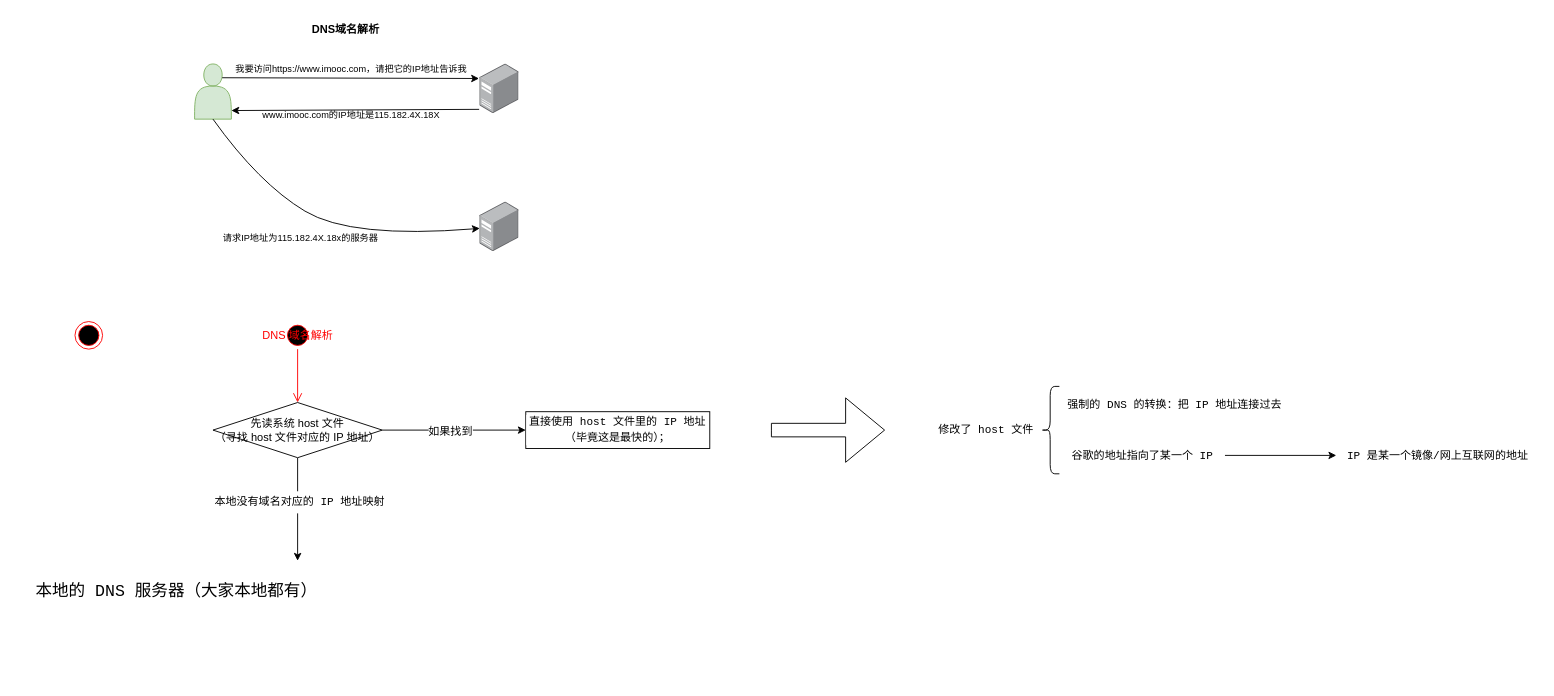
Before: page "网络-DNS域名解析" (3 of 3) of video/HTTP/慕课网《HTTP》.drawio in djsz3y/learning-notes, a draw.io diagram. Source tidied: cells renumbered, new cells numbered last; positions are measured from the earlier drawing's top-left corner, leaving out a move shared by most shapes. Both pictures are drawn from the tidied source at 92%, with x=0, y=0 at pixel (29, 16).
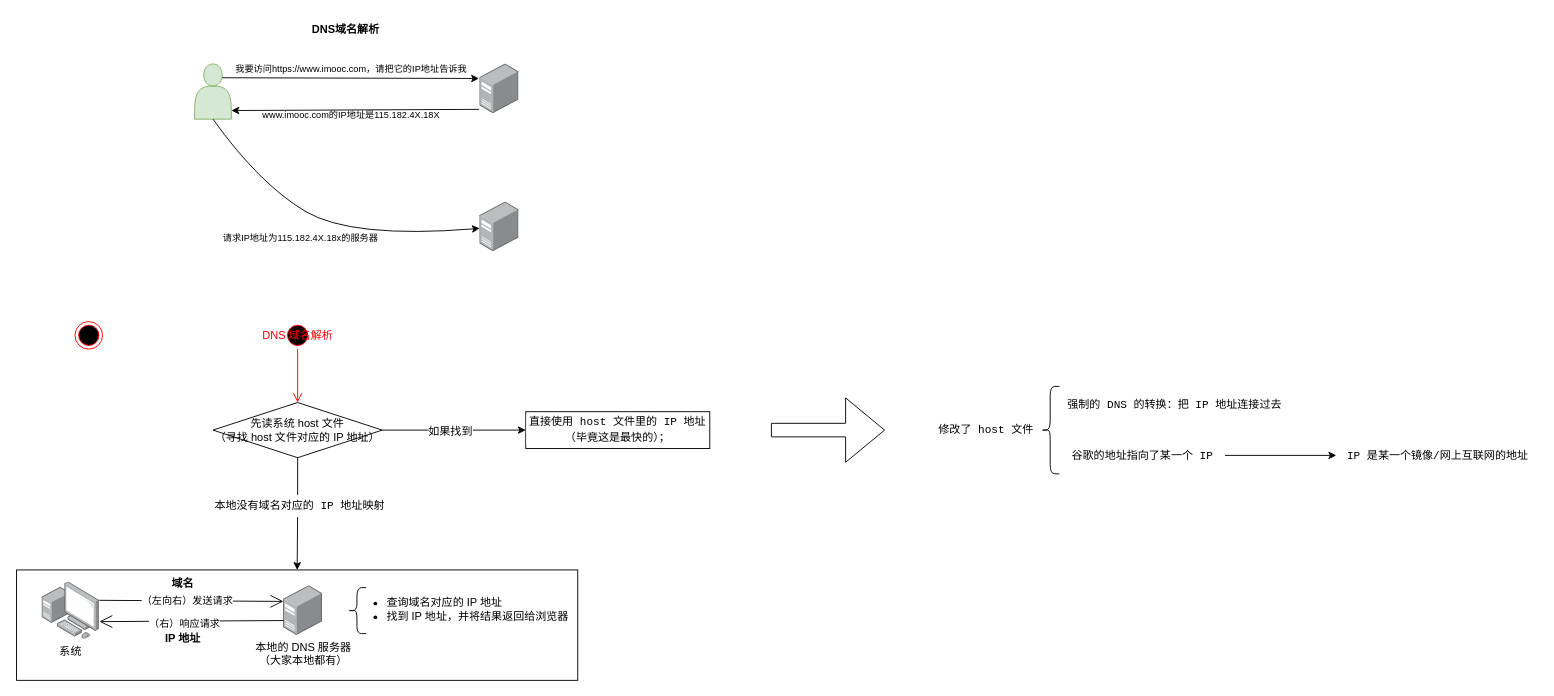
After the change.

Commit message (it also covers changes not shown here):
更新慕课网《HTTP》.drawio

The change refers to these unchanged cells:
```xml
<mxCell id="20" value="先读系统 host 文件&lt;br&gt;（寻找 host 文件对应的 IP 地址）" style="shape=rhombus;perimeter=rhombusPerimeter;whiteSpace=wrap;html=1;align=center;" parent="1" vertex="1">
  <mxGeometry x="200" y="420" width="184" height="60" as="geometry" />
</mxCell>
```

What changed in the source:
```diff
@@
-    <mxCell id="18" style="edgeStyle=orthogonalEdgeStyle;rounded=0;jettySize=auto;html=1;" parent="1" edge="1" source="20">
-      <mxGeometry relative="1" as="geometry">
-        <mxPoint x="292" y="592" as="targetPoint" />
-      </mxGeometry>
+    <mxCell id="18" style="edgeStyle=orthogonalEdgeStyle;rounded=0;jettySize=auto;html=1;entryX=0.5;entryY=0;entryDx=0;entryDy=0;" parent="1" edge="1" source="20" target="31">
+      <mxGeometry relative="1" as="geometry" />
     </mxCell>
@@
-    <mxCell id="29" value="&lt;div style=&quot;background-color: rgb(255, 255, 255); font-family: Consolas, &amp;quot;Courier New&amp;quot;, monospace; font-size: 18px; line-height: 24px;&quot;&gt;本地的 DNS 服务器（大家本地都有）&lt;/div&gt;" style="text;html=1;align=center;verticalAlign=middle;strokeColor=none;fillColor=none;" parent="1" vertex="1">
-      <mxGeometry y="605" width="320" height="40" as="geometry" />
-    </mxCell>
+    <mxCell id="30" style="group;" parent="1" vertex="1">
+      <mxGeometry x="-13.5" y="602" width="611" height="120" as="geometry" />
+    </mxCell>
+    <mxCell id="31" style="html=1;whiteSpace=wrap;" parent="30" vertex="1">
+      <mxGeometry width="610" height="120" as="geometry" />
+    </mxCell>
+    <mxCell id="32" value="本地的 DNS 服务器&lt;br&gt;（大家本地都有）" style="image;points=[];html=1;align=center;shadow=0;dashed=0;image=img/lib/allied_telesis/computer_and_terminals/Server_Desktop.svg;" parent="30" vertex="1">
+      <mxGeometry x="290" y="17.2" width="42.6" height="54" as="geometry" />
+    </mxCell>
+    <mxCell id="33" value="系统" style="image;points=[];html=1;align=center;shadow=0;dashed=0;image=img/lib/allied_telesis/computer_and_terminals/Personal_Computer_with_Server.svg;" parent="30" vertex="1">
+      <mxGeometry x="27.6" y="13" width="62.4" height="62.4" as="geometry" />
+    </mxCell>
+    <mxCell id="34" style="endArrow=open;endFill=1;endSize=12;html=1;rounded=0;entryX=1;entryY=0.692;entryDx=0;entryDy=0;entryPerimeter=0;exitX=0;exitY=0.7;exitDx=0;exitDy=0;exitPerimeter=0;" parent="30" edge="1" source="32" target="33">
+      <mxGeometry relative="1" as="geometry" />
+    </mxCell>
+    <mxCell id="35" value="（右）响应请求" style="edgeLabel;html=1;align=center;verticalAlign=middle;" parent="34" vertex="1">
+      <mxGeometry x="0.08" y="2" relative="1" as="geometry" />
+    </mxCell>
+    <mxCell id="36" style="endArrow=open;endFill=1;endSize=12;html=1;rounded=0;exitX=1;exitY=0.321;exitDx=0;exitDy=0;exitPerimeter=0;entryX=0;entryY=0.315;entryDx=0;entryDy=0;entryPerimeter=0;" parent="30" edge="1" source="33" target="32">
+      <mxGeometry relative="1" as="geometry" />
+    </mxCell>
+    <mxCell id="37" value="（左向右）发送请求" style="edgeLabel;html=1;align=center;verticalAlign=middle;" parent="36" vertex="1">
+      <mxGeometry x="-0.05" y="1" relative="1" as="geometry">
+        <mxPoint y="1" as="offset" />
+      </mxGeometry>
+    </mxCell>
+    <mxCell id="38" style="shape=curlyBracket;whiteSpace=wrap;html=1;rounded=1;labelPosition=left;verticalLabelPosition=middle;align=right;verticalAlign=middle;" parent="30" vertex="1">
+      <mxGeometry x="360" y="19.2" width="20" height="50" as="geometry" />
+    </mxCell>
+    <mxCell id="39" value="域名" style="text;html=1;align=center;verticalAlign=middle;strokeColor=none;fillColor=none;fontStyle=1;" parent="30" vertex="1">
+      <mxGeometry x="155" width="50" height="30" as="geometry" />
+    </mxCell>
+    <mxCell id="40" value="&lt;ul&gt;&lt;li&gt;查询域名对应的 IP 地址&lt;br&gt;&lt;/li&gt;&lt;li&gt;找到 IP 地址，并将结果返回给浏览器&lt;/li&gt;&lt;/ul&gt;" style="text;strokeColor=none;fillColor=none;html=1;whiteSpace=wrap;verticalAlign=middle;overflow=hidden;" parent="30" vertex="1">
+      <mxGeometry x="360" y="13" width="251" height="60" as="geometry" />
+    </mxCell>
+    <mxCell id="41" value="IP 地址" style="text;html=1;align=center;verticalAlign=middle;strokeColor=none;fillColor=none;fontStyle=1;" parent="30" vertex="1">
+      <mxGeometry x="150" y="60" width="60" height="30" as="geometry" />
+    </mxCell>
```
